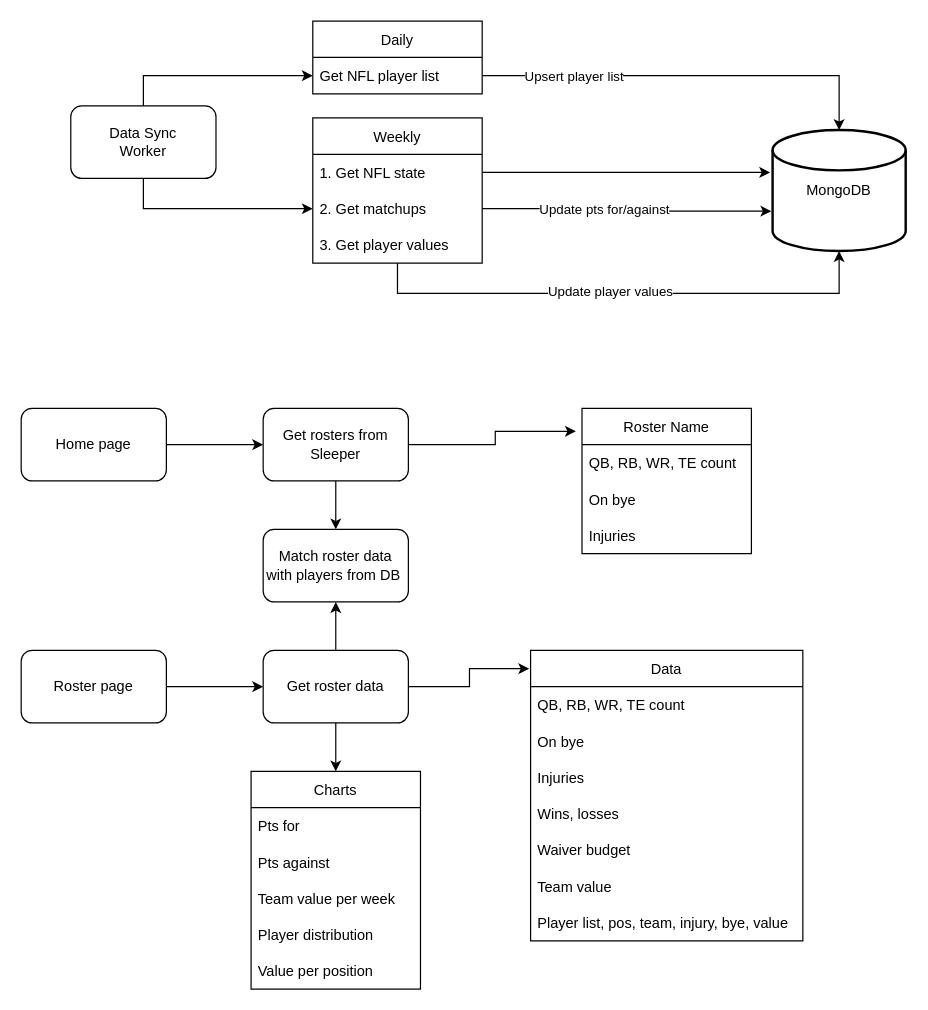
jakehowden/wholesomenfl.com keeps this draw.io diagram as Website flow.drawio. Above is the earlier version. Source tidied: cells renumbered, new cells numbered last; positions are measured from the earlier drawing's top-left corner, leaving out a move shared by most shapes. Both pictures are drawn from the tidied source at 121%, with x=0, y=0 at pixel (21, 21).
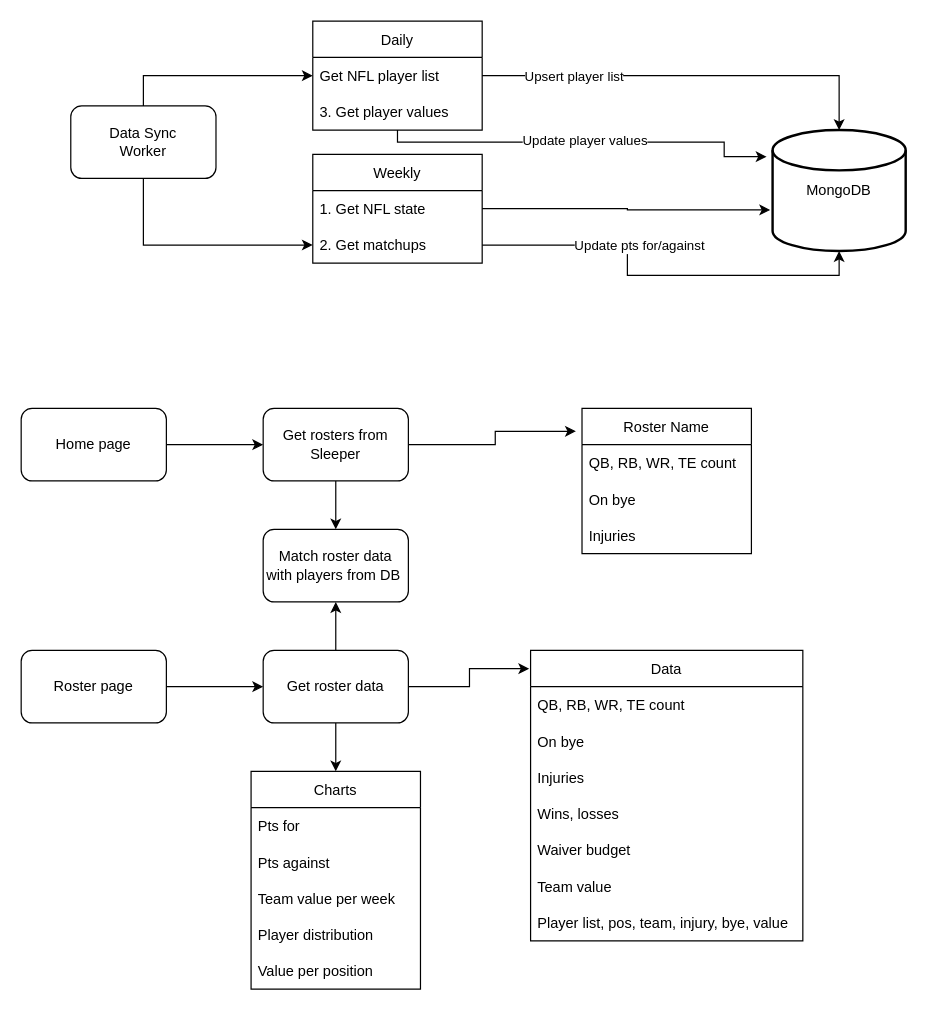
The same diagram, later.

Unchanged cells that the change refers to:
```xml
<mxCell id="5" value="MongoDB" style="strokeWidth=2;html=1;shape=mxgraph.flowchart.database;whiteSpace=wrap;" parent="1" vertex="1">
  <mxGeometry x="621" y="90" width="110" height="100" as="geometry" />
</mxCell>
<mxCell id="9" value="1. Get NFL state" style="text;strokeColor=none;fillColor=none;align=left;verticalAlign=middle;spacingLeft=4;spacingRight=4;overflow=hidden;points=[[0,0.5],[1,0.5]];portConstraint=eastwest;" parent="8" vertex="1">
  <mxGeometry y="30" width="140" height="30" as="geometry" />
</mxCell>
<mxCell id="10" value="2. Get matchups" style="text;strokeColor=none;fillColor=none;align=left;verticalAlign=middle;spacingLeft=4;spacingRight=4;overflow=hidden;points=[[0,0.5],[1,0.5]];portConstraint=eastwest;" parent="8" vertex="1">
  <mxGeometry y="60" width="140" height="30" as="geometry" />
</mxCell>
```

What changed in the source:
```diff
@@
     <mxCell id="6" value="Daily" style="swimlane;fontStyle=0;horizontal=1;startSize=30;" parent="1" vertex="1">
-      <mxGeometry x="241" width="140" height="60" as="geometry" />
+      <mxGeometry x="241" width="140" height="90" as="geometry" />
     </mxCell>
@@
+    <mxCell id="11" value="3. Get player values" style="text;strokeColor=none;fillColor=none;align=left;verticalAlign=middle;spacingLeft=4;spacingRight=4;overflow=hidden;points=[[0,0.5],[1,0.5]];portConstraint=eastwest;" parent="6" vertex="1">
+      <mxGeometry y="60" width="140" height="30" as="geometry" />
+    </mxCell>
     <mxCell id="8" value="Weekly" style="swimlane;fontStyle=0;horizontal=1;startSize=30;" parent="1" vertex="1">
-      <mxGeometry x="241" y="80" width="140" height="120" as="geometry" />
+      <mxGeometry x="241" y="110" width="140" height="90" as="geometry" />
     </mxCell>
@@
-    <mxCell id="11" value="3. Get player values" style="text;strokeColor=none;fillColor=none;align=left;verticalAlign=middle;spacingLeft=4;spacingRight=4;overflow=hidden;points=[[0,0.5],[1,0.5]];portConstraint=eastwest;" parent="8" vertex="1">
-      <mxGeometry y="90" width="140" height="30" as="geometry" />
-    </mxCell>
@@
-    <mxCell id="14" style="edgeStyle=orthogonalEdgeStyle;rounded=0;jettySize=auto;html=1;entryX=-0.009;entryY=0.67;entryDx=0;entryDy=0;entryPerimeter=0;" parent="1" edge="1" source="10" target="5">
+    <mxCell id="14" style="edgeStyle=orthogonalEdgeStyle;rounded=0;jettySize=auto;html=1;entryX=0.5;entryY=1;entryDx=0;entryDy=0;entryPerimeter=0;" parent="1" edge="1" source="10" target="5">
       <mxGeometry relative="1" as="geometry" />
     </mxCell>
@@
-    <mxCell id="16" style="edgeStyle=orthogonalEdgeStyle;rounded=0;jettySize=auto;html=1;entryX=0.5;entryY=1;entryDx=0;entryDy=0;entryPerimeter=0;" parent="1" edge="1" source="11" target="5">
+    <mxCell id="16" style="edgeStyle=orthogonalEdgeStyle;rounded=0;jettySize=auto;html=1;entryX=-0.045;entryY=0.22;entryDx=0;entryDy=0;entryPerimeter=0;" parent="1" edge="1" source="11" target="5">
       <mxGeometry relative="1" as="geometry">
         <Array as="points">
-          <mxPoint x="311" y="225" />
-          <mxPoint x="676" y="225" />
+          <mxPoint x="311" y="100" />
+          <mxPoint x="581" y="100" />
+          <mxPoint x="581" y="112" />
         </Array>
       </mxGeometry>
     </mxCell>
@@
-    <mxCell id="18" style="edgeStyle=orthogonalEdgeStyle;rounded=0;jettySize=auto;html=1;entryX=-0.018;entryY=0.35;entryDx=0;entryDy=0;entryPerimeter=0;" parent="1" edge="1" source="9" target="5">
+    <mxCell id="18" style="edgeStyle=orthogonalEdgeStyle;rounded=0;jettySize=auto;html=1;entryX=-0.018;entryY=0.66;entryDx=0;entryDy=0;entryPerimeter=0;" parent="1" edge="1" source="9" target="5">
       <mxGeometry relative="1" as="geometry" />
     </mxCell>
```
